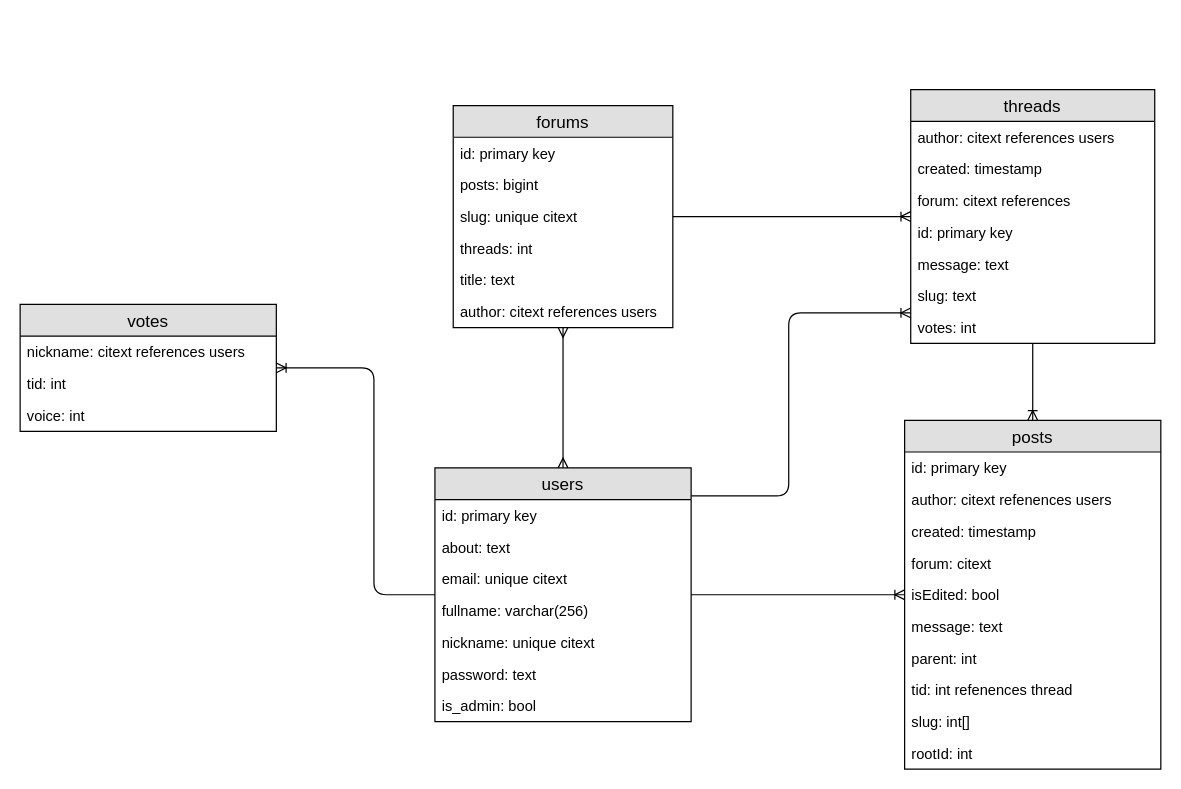
Kotyarich/forum-course-project keeps this draw.io diagram as page "ER" (1 of 2) of schemes/schemes.drawio. Above is the earlier version. Source tidied: cells renumbered, new cells numbered last; positions are measured from the earlier drawing's top-left corner, leaving out a move shared by most shapes. Both pictures are drawn from the tidied source at 122%, with x=0, y=0 at pixel (20, 89).
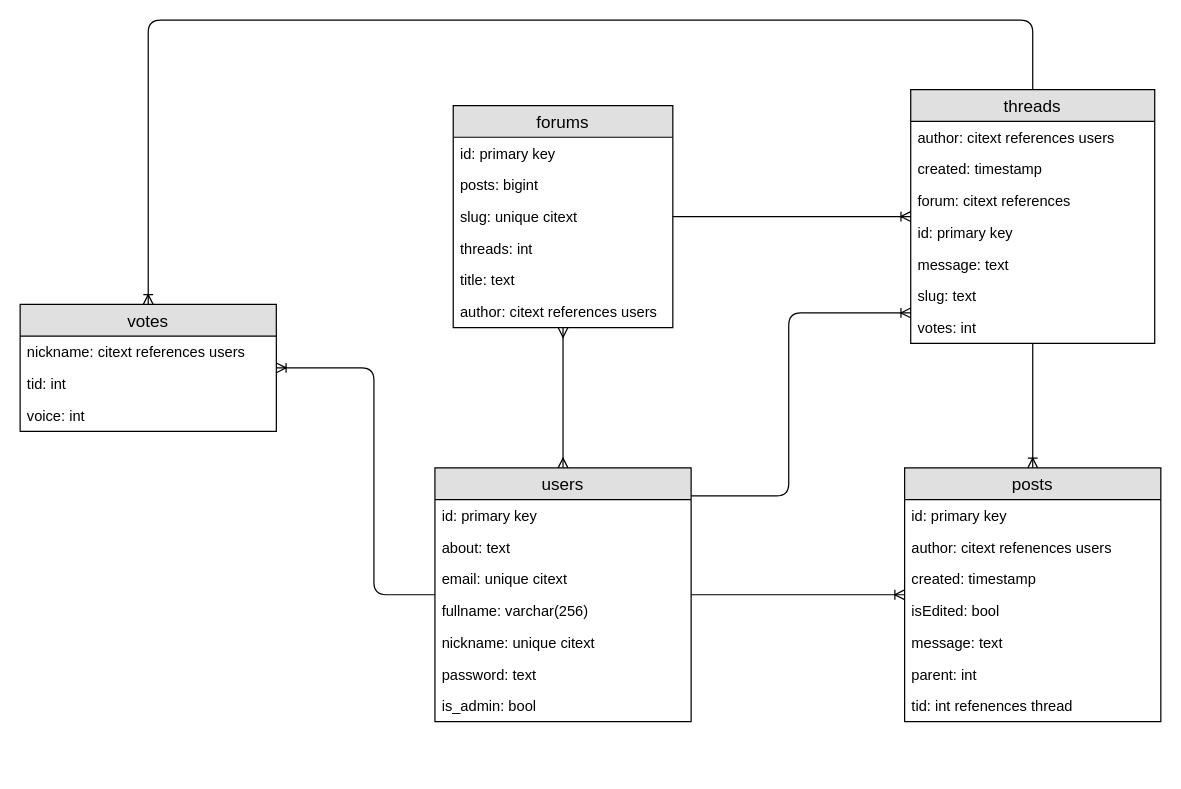
The same diagram, later.

Unchanged cells that the change refers to:
```xml
<mxCell id="18" value="threads" style="swimlane;fontStyle=0;horizontal=1;startSize=26;fillColor=#e0e0e0;swimlaneFillColor=#ffffff;align=center;fontSize=14;" parent="1" vertex="1">
  <mxGeometry x="730" width="200" height="208" as="geometry" />
</mxCell>
<mxCell id="41" value="votes" style="swimlane;fontStyle=0;horizontal=1;startSize=26;fillColor=#e0e0e0;swimlaneFillColor=#ffffff;align=center;fontSize=14;" parent="1" vertex="1">
  <mxGeometry y="176" width="210" height="104" as="geometry" />
</mxCell>
```

Diff of the diagram source:
```diff
@@
     <mxCell id="28" value="posts" style="swimlane;fontStyle=0;horizontal=1;startSize=26;fillColor=#e0e0e0;swimlaneFillColor=#ffffff;align=center;fontSize=14;" parent="1" vertex="1">
-      <mxGeometry x="725" y="271" width="210" height="286" as="geometry" />
+      <mxGeometry x="725" y="310" width="210" height="208" as="geometry" />
     </mxCell>
@@
-    <mxCell id="32" value="forum: citext" style="text;strokeColor=none;fillColor=none;spacingLeft=4;spacingRight=4;overflow=hidden;fontSize=12;" parent="28" vertex="1">
-      <mxGeometry y="104" width="210" height="26" as="geometry" />
-    </mxCell>
     <mxCell id="33" value="isEdited: bool" style="text;strokeColor=none;fillColor=none;spacingLeft=4;spacingRight=4;overflow=hidden;fontSize=12;" parent="28" vertex="1">
-      <mxGeometry y="130" width="210" height="26" as="geometry" />
+      <mxGeometry y="104" width="210" height="26" as="geometry" />
     </mxCell>
     <mxCell id="34" value="message: text" style="text;strokeColor=none;fillColor=none;spacingLeft=4;spacingRight=4;overflow=hidden;fontSize=12;" parent="28" vertex="1">
-      <mxGeometry y="156" width="210" height="26" as="geometry" />
+      <mxGeometry y="130" width="210" height="26" as="geometry" />
     </mxCell>
     <mxCell id="35" value="parent: int" style="text;strokeColor=none;fillColor=none;spacingLeft=4;spacingRight=4;overflow=hidden;fontSize=12;" parent="28" vertex="1">
-      <mxGeometry y="182" width="210" height="26" as="geometry" />
+      <mxGeometry y="156" width="210" height="26" as="geometry" />
     </mxCell>
     <mxCell id="36" value="tid: int refenences thread" style="text;strokeColor=none;fillColor=none;spacingLeft=4;spacingRight=4;overflow=hidden;fontSize=12;" parent="28" vertex="1">
-      <mxGeometry y="208" width="210" height="26" as="geometry" />
+      <mxGeometry y="182" width="210" height="26" as="geometry" />
     </mxCell>
-    <mxCell id="37" value="slug: int[]" style="text;strokeColor=none;fillColor=none;spacingLeft=4;spacingRight=4;overflow=hidden;fontSize=12;" parent="28" vertex="1">
-      <mxGeometry y="234" width="210" height="26" as="geometry" />
-    </mxCell>
-    <mxCell id="38" value="rootId: int" style="text;strokeColor=none;fillColor=none;spacingLeft=4;spacingRight=4;overflow=hidden;fontSize=12;" parent="28" vertex="1">
-      <mxGeometry y="260" width="210" height="26" as="geometry" />
-    </mxCell>
@@
+    <mxCell id="46" style="edgeStyle=orthogonalEdgeStyle;fontSize=12;html=1;endArrow=ERoneToMany;" parent="1" edge="1" source="18" target="41">
+      <mxGeometry relative="1" as="geometry">
+        <Array as="points">
+          <mxPoint x="830" y="-57" />
+          <mxPoint x="105" y="-57" />
+        </Array>
+      </mxGeometry>
+    </mxCell>
```
